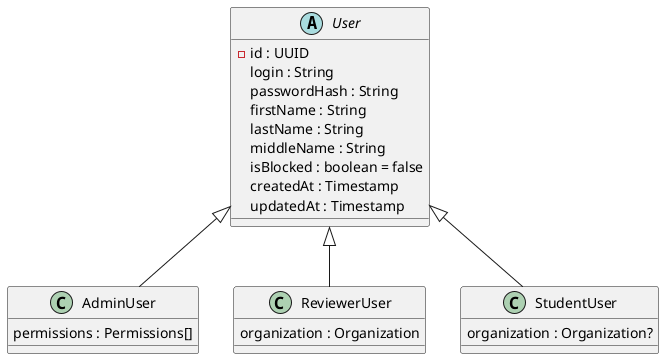
This is diagrams/user.png from Kenedy228/perspektiva-lms, a PlantUML export, as it was before one commit. The source it was exported from:
```plantuml
@startuml
abstract class User {
	-id : UUID
	login : String
	passwordHash : String
	firstName : String
	lastName : String
	middleName : String
	isBlocked : boolean = false
	createdAt : Timestamp
	updatedAt : Timestamp
}

class AdminUser {
	permissions : Permissions[]
}

class ReviewerUser {
	organization : Organization
}

class StudentUser {
	organization : Organization?
}

User <|-- AdminUser
User <|-- ReviewerUser
User <|-- StudentUser
@enduml
```
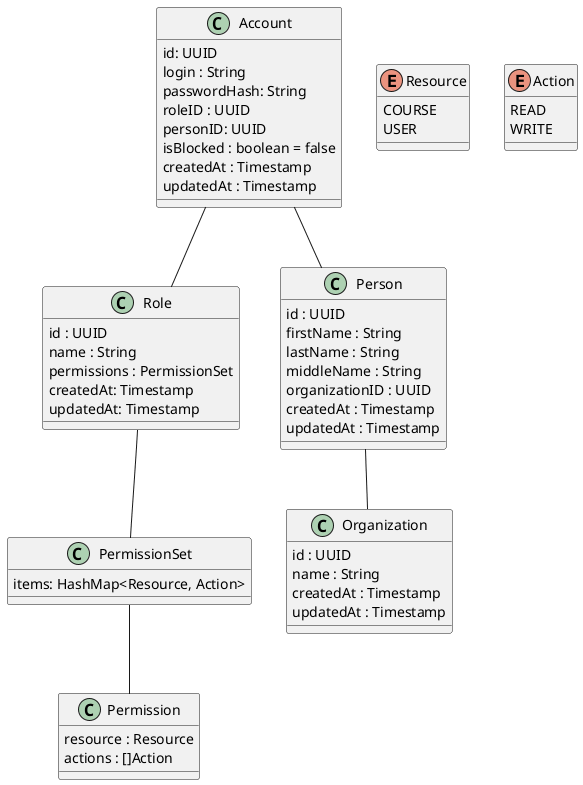
The same file after the commit.

Diff of the diagram source:
```diff
@@ -1,29 +1,62 @@
 @startuml
-abstract class User {
-	-id : UUID
+class Account {
+	id: UUID
 	login : String
-	passwordHash : String
-	firstName : String
-	lastName : String
-	middleName : String
+	passwordHash: String
+	roleID : UUID
+	personID: UUID
 	isBlocked : boolean = false
 	createdAt : Timestamp
 	updatedAt : Timestamp
 }
 
-class AdminUser {
-	permissions : Permissions[]
+class Role {
+	id : UUID
+	name : String
+	permissions : PermissionSet
+	createdAt: Timestamp
+	updatedAt: Timestamp
 }
 
-class ReviewerUser {
-	organization : Organization
+class PermissionSet {
+	items: HashMap<Resource, Action>
 }
 
-class StudentUser {
-	organization : Organization?
+class Permission {
+	resource : Resource
+	actions : []Action
 }
 
-User <|-- AdminUser
-User <|-- ReviewerUser
-User <|-- StudentUser
+enum Resource {
+	COURSE
+	USER
+}
+
+enum Action {
+	READ
+	WRITE
+}
+
+class Person {
+	id : UUID
+	firstName : String
+	lastName : String
+	middleName : String
+	organizationID : UUID
+	createdAt : Timestamp
+	updatedAt : Timestamp
+}
+
+class Organization {
+	id : UUID
+	name : String
+	createdAt : Timestamp
+	updatedAt : Timestamp
+}
+
+Account -- Role
+Role -- PermissionSet
+PermissionSet -- Permission
+Account -- Person
+Person -- Organization
 @enduml
```
